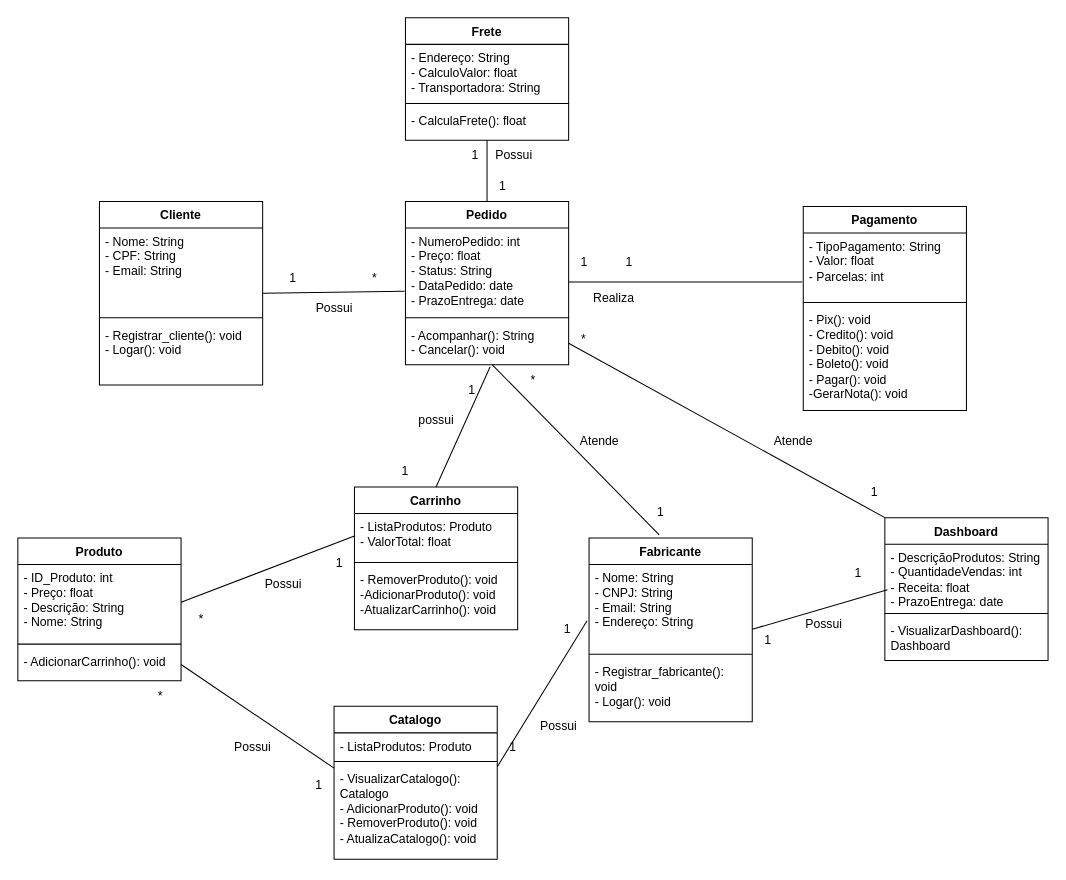
Before: DiagramaClasses.drawio in PedroAP2/Projeto-EngenhariaDaComputacao, a draw.io diagram. Source tidied: cells renumbered, new cells numbered last; positions are measured from the earlier drawing's top-left corner, leaving out a move shared by most shapes. Both pictures are drawn from the tidied source at 102%, with x=0, y=0 at pixel (17, 17).
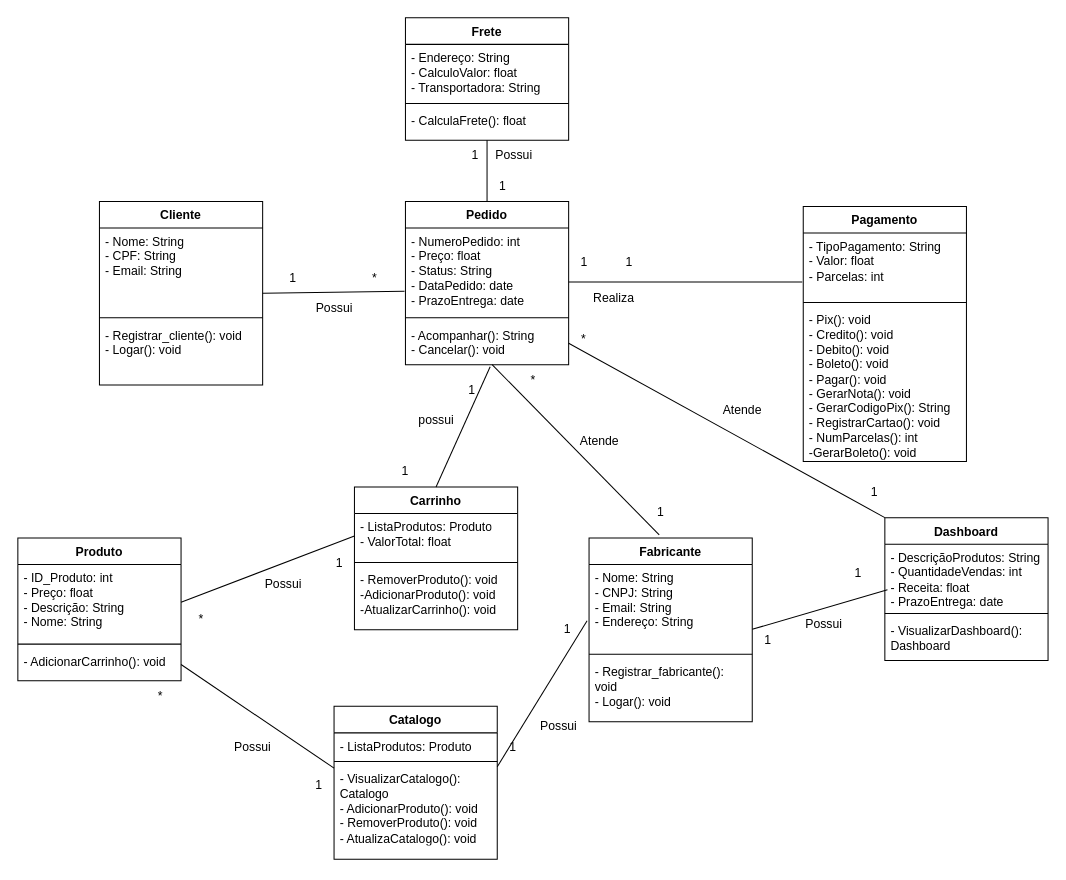
The same page after the edit.

Change to the diagram source:
```diff
@@
     <mxCell id="26" value="Pagamento" style="swimlane;fontStyle=1;align=center;verticalAlign=top;horizontal=1;startSize=26;whiteSpace=wrap;html=1;" parent="1" vertex="1">
-      <mxGeometry x="770" y="185" width="160" height="200" as="geometry" />
+      <mxGeometry x="770" y="185" width="160" height="250" as="geometry" />
     </mxCell>
@@
-    <mxCell id="29" value="- Pix(): void&lt;br&gt;- Credito(): void&lt;br&gt;- Debito(): void&lt;br&gt;- Boleto(): void&lt;br&gt;- Pagar(): void&lt;br&gt;-GerarNota(): void" style="text;strokeColor=none;fillColor=none;align=left;verticalAlign=top;spacingLeft=4;spacingRight=4;overflow=hidden;whiteSpace=wrap;html=1;" parent="26" vertex="1">
-      <mxGeometry y="98" width="160" height="102" as="geometry" />
+    <mxCell id="29" value="- Pix(): void&lt;br&gt;- Credito(): void&lt;br&gt;- Debito(): void&lt;br&gt;- Boleto(): void&lt;br&gt;- Pagar(): void&lt;br&gt;- GerarNota(): void&lt;br&gt;- GerarCodigoPix(): String&lt;br&gt;- RegistrarCartao(): void&lt;br&gt;- NumParcelas(): int&lt;br&gt;-GerarBoleto(): void" style="text;strokeColor=none;fillColor=none;align=left;verticalAlign=top;spacingLeft=4;spacingRight=4;overflow=hidden;whiteSpace=wrap;html=1;" parent="26" vertex="1">
+      <mxGeometry y="98" width="160" height="152" as="geometry" />
     </mxCell>
@@
     <mxCell id="76" value="Atende" style="text;html=1;align=center;verticalAlign=middle;strokeColor=none;fillColor=none;" parent="1" vertex="1">
-      <mxGeometry x="730" y="400" width="60" height="30" as="geometry" />
+      <mxGeometry x="680" y="370" width="60" height="30" as="geometry" />
     </mxCell>
```
